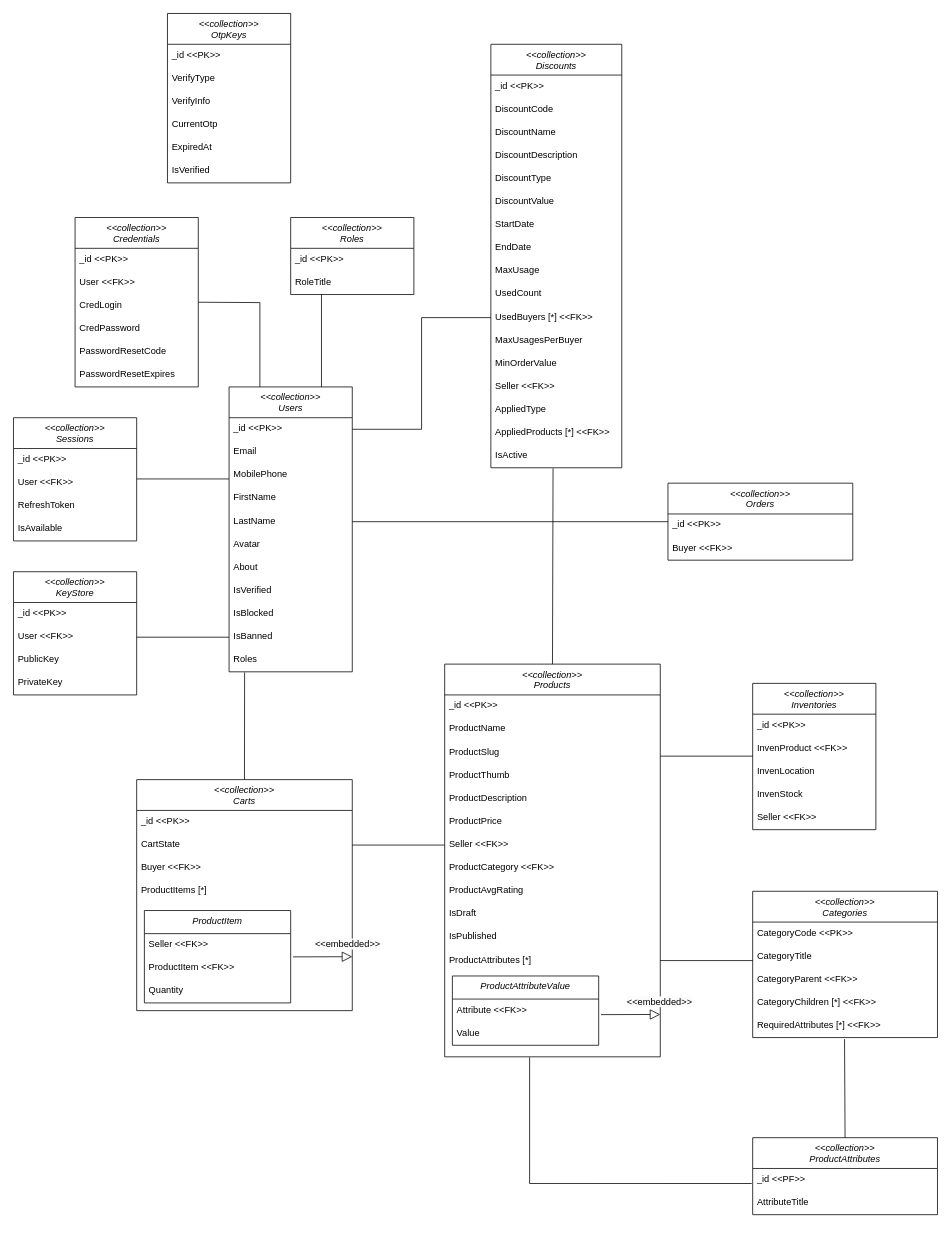
Before: docs/MeMartket MongoDB.drawio in NhutHuyDev/me-market, a draw.io diagram. Source tidied: cells renumbered, new cells numbered last; positions are measured from the earlier drawing's top-left corner, leaving out a move shared by most shapes. Both pictures are drawn from the tidied source at 77%, with x=0, y=0 at pixel (13, 13).
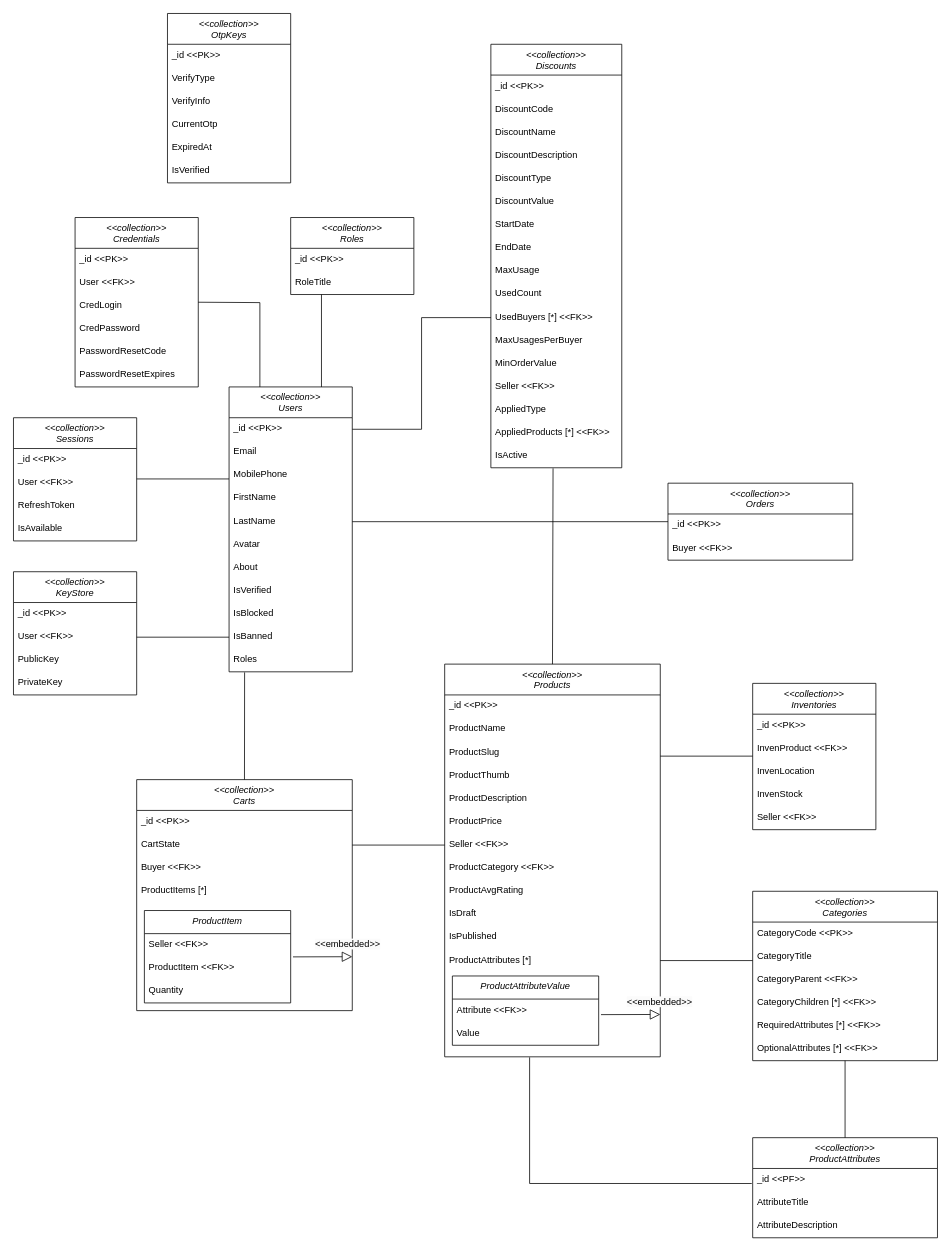
After the change.

The change refers to these unchanged cells:
```xml
<mxCell id="39" value="RequiredAttributes [*] &lt;&lt;FK&gt;&gt;" style="text;align=left;verticalAlign=top;spacingLeft=4;spacingRight=4;overflow=hidden;points=[[0,0.5],[1,0.5]];portConstraint=eastwest;" parent="34" vertex="1">
  <mxGeometry y="160" width="240" height="30" as="geometry" />
</mxCell>
```

Diff of the diagram source:
```diff
@@
     <mxCell id="34" value="&lt;&lt;collection&gt;&gt;&#10;Categories" style="swimlane;fontStyle=2;align=center;verticalAlign=top;horizontal=1;startSize=40;rounded=0;shadow=0;strokeWidth=1;" parent="1" vertex="1">
-      <mxGeometry x="960" y="1140" width="240" height="190" as="geometry" />
+      <mxGeometry x="960" y="1140" width="240" height="220" as="geometry" />
     </mxCell>
@@
+    <mxCell id="121" value="OptionalAttributes [*] &lt;&lt;FK&gt;&gt;" style="text;align=left;verticalAlign=top;spacingLeft=4;spacingRight=4;overflow=hidden;" parent="34" vertex="1">
+      <mxGeometry y="190" width="240" height="30" as="geometry" />
+    </mxCell>
@@
     <mxCell id="116" value="&lt;&lt;collection&gt;&gt;&#10;ProductAttributes" style="swimlane;fontStyle=2;align=center;verticalAlign=top;horizontal=1;startSize=40;rounded=0;shadow=0;strokeWidth=1;direction=east;" parent="1" vertex="1">
-      <mxGeometry x="960" y="1460" width="240" height="100" as="geometry" />
+      <mxGeometry x="960" y="1460" width="240" height="130" as="geometry" />
     </mxCell>
@@
+    <mxCell id="122" value="AttributeDescription" style="text;align=left;verticalAlign=top;spacingLeft=4;spacingRight=4;overflow=hidden;" parent="116" vertex="1">
+      <mxGeometry y="100" width="240" height="30" as="geometry" />
+    </mxCell>
-    <mxCell id="119" style="endArrow=none;html=1;rounded=0;exitX=0.497;exitY=1.069;exitDx=0;exitDy=0;entryX=0.5;entryY=0;entryDx=0;entryDy=0;exitPerimeter=0;" parent="1" edge="1" source="39" target="116">
-      <mxGeometry relative="1" as="geometry" />
+    <mxCell id="119" style="endArrow=none;html=1;rounded=0;entryX=0.5;entryY=0;entryDx=0;entryDy=0;" parent="1" edge="1" target="116">
+      <mxGeometry relative="1" as="geometry">
+        <mxPoint x="1080" y="1360" as="sourcePoint" />
+      </mxGeometry>
     </mxCell>
```
